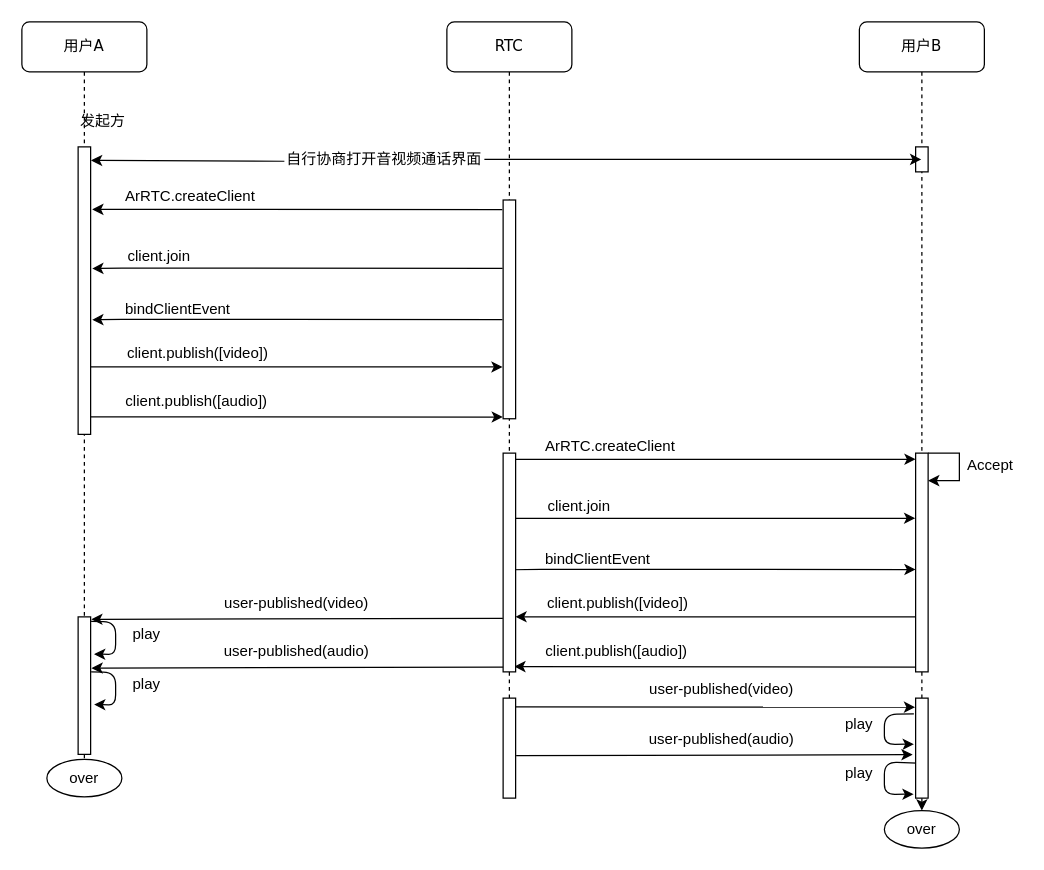
Above: 未命名绘图.drawio in xupengkun/DrawImages (draw.io), before the change. Source tidied: cells renumbered, new cells numbered last; positions are measured from the earlier drawing's top-left corner, leaving out a move shared by most shapes. Both pictures are drawn from the tidied source at 125%, with x=0, y=0 at pixel (21, 21).
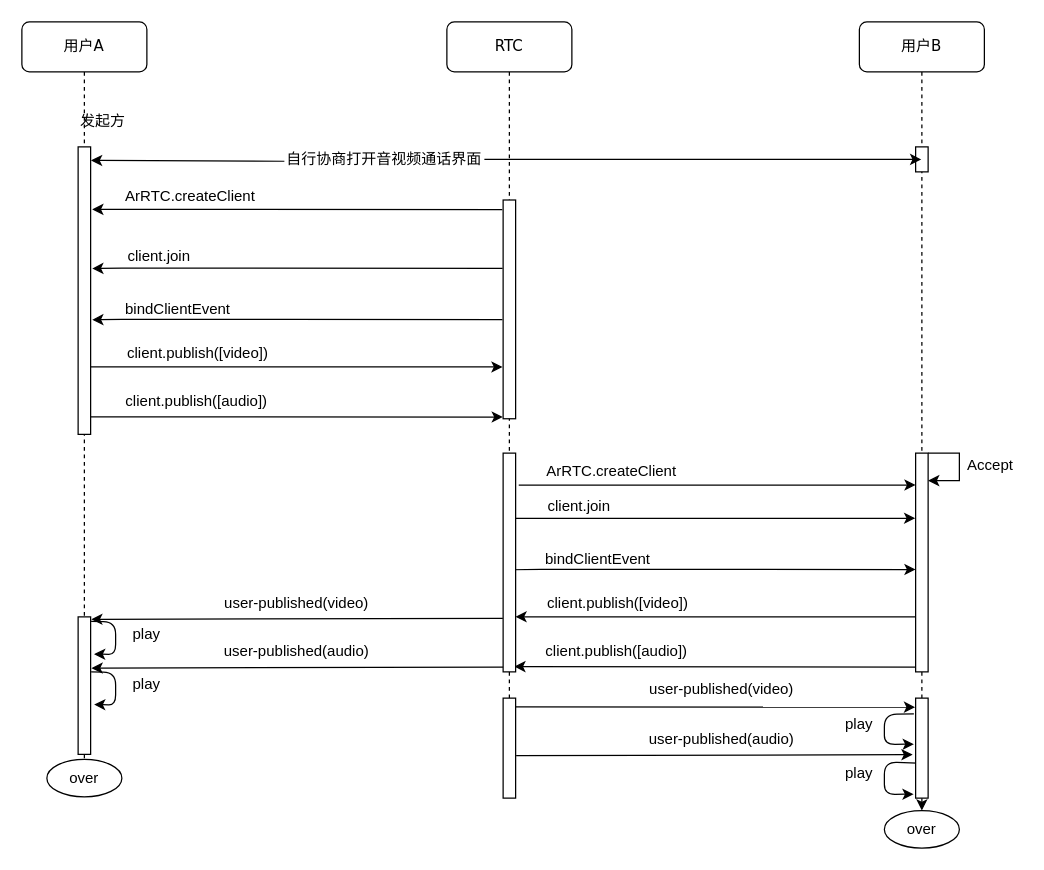
Above is the later version.

Commit message (it also covers changes not shown here):
更新未命名绘图.drawio

The change refers to these unchanged cells:
```xml
<mxCell id="24" style="html=1;points=[];perimeter=orthogonalPerimeter;rounded=0;shadow=0;comic=0;labelBackgroundColor=none;strokeWidth=1;fontFamily=Verdana;fontSize=12;align=center;" parent="1" vertex="1">
  <mxGeometry x="715" y="345" width="10" height="175" as="geometry" />
</mxCell>
<mxCell id="38" style="html=1;points=[];perimeter=orthogonalPerimeter;rounded=0;shadow=0;comic=0;labelBackgroundColor=none;strokeWidth=1;fontFamily=Verdana;fontSize=12;align=center;" parent="1" vertex="1">
  <mxGeometry x="385" y="345" width="10" height="175" as="geometry" />
</mxCell>
```

What changed in the source:
```diff
@@
     <mxCell id="27" value="ArRTC.createClient" style="text;html=1;strokeColor=none;fillColor=none;align=center;verticalAlign=middle;whiteSpace=wrap;rounded=0;" parent="1" vertex="1">
-      <mxGeometry x="415.5" y="330" width="110" height="20" as="geometry" />
+      <mxGeometry x="416.5" y="350" width="110" height="20" as="geometry" />
     </mxCell>
@@
-    <mxCell id="36" style="edgeStyle=none;rounded=0;jettySize=auto;html=1;exitX=0.929;exitY=0.028;exitDx=0;exitDy=0;exitPerimeter=0;" parent="1" edge="1" source="38" target="24">
+    <mxCell id="36" style="edgeStyle=none;rounded=0;jettySize=auto;html=1;exitX=1.25;exitY=0.146;exitDx=0;exitDy=0;exitPerimeter=0;" parent="1" edge="1" source="38" target="24">
       <mxGeometry relative="1" as="geometry" />
     </mxCell>
```
